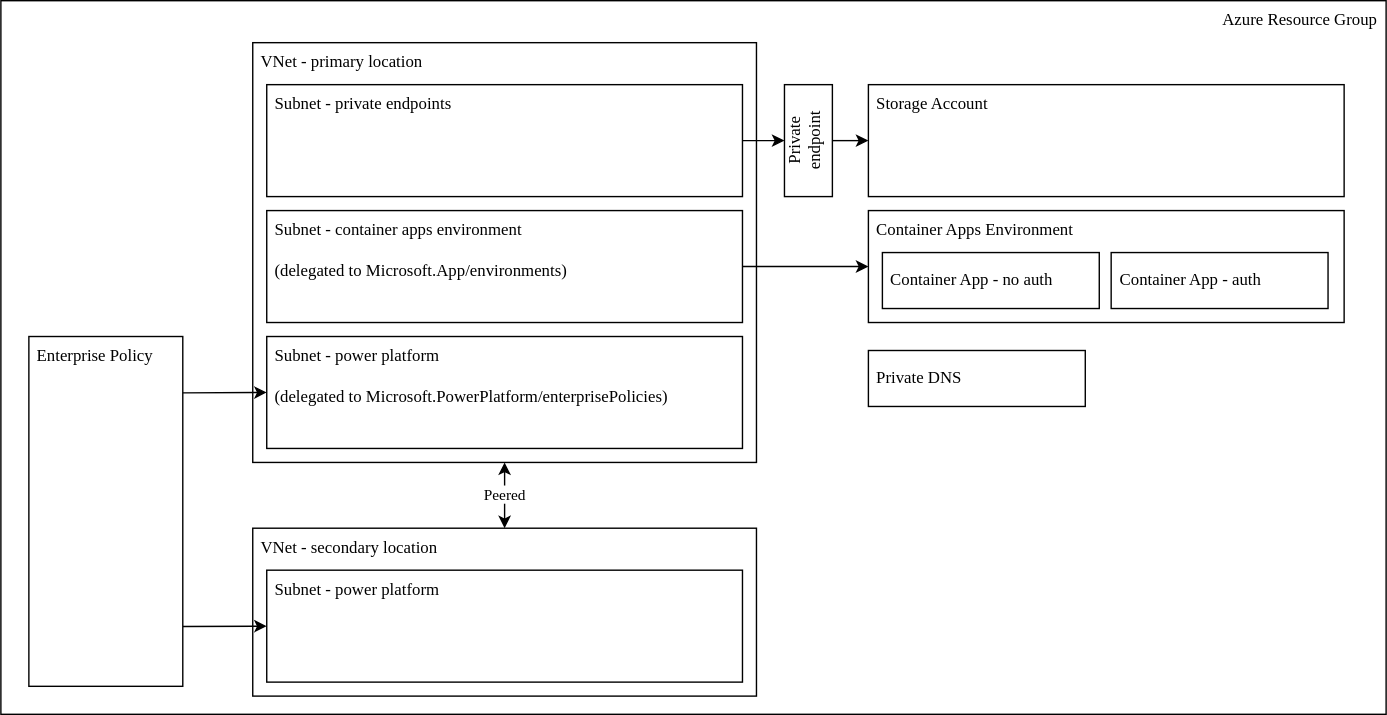
The draw.io diagram docs/images/azure.drawio.svg in davidxw/power-platform-azure-vnet-demo, before a commit. Source tidied: cells renumbered, new cells last; positions are measured from the earlier drawing's top-left corner, leaving out a move shared by most shapes. The source it was exported from:
```xml
<mxGraphModel>
  <root>
    <mxCell id="0" />
    <mxCell id="1" parent="0" />
    <mxCell id="2" value="&lt;div&gt;Azure Resource Group&lt;/div&gt;" style="rounded=1;whiteSpace=wrap;html=1;arcSize=0;align=right;verticalAlign=top;fontFamily=Tahoma;spacingLeft=4;spacingRight=4;" parent="1" vertex="1">
      <mxGeometry width="990" height="510" as="geometry" />
    </mxCell>
    <mxCell id="3" value="VNet - primary location" style="rounded=1;whiteSpace=wrap;html=1;arcSize=0;align=left;verticalAlign=top;fontFamily=Tahoma;spacingLeft=4;" parent="1" vertex="1">
      <mxGeometry x="180" y="30" width="360" height="300" as="geometry" />
    </mxCell>
    <mxCell id="4" value="Peered" style="edgeStyle=none;html=1;startArrow=classic;startFill=1;fontFamily=Tahoma;" parent="1" edge="1" source="5" target="3">
      <mxGeometry relative="1" as="geometry" />
    </mxCell>
    <mxCell id="5" value="VNet - secondary location" style="rounded=1;whiteSpace=wrap;html=1;arcSize=0;align=left;verticalAlign=top;fontFamily=Tahoma;spacingLeft=4;" parent="1" vertex="1">
      <mxGeometry x="180" y="377" width="360" height="120" as="geometry" />
    </mxCell>
    <mxCell id="6" style="edgeStyle=none;html=1;exitX=1;exitY=0.5;exitDx=0;exitDy=0;entryX=0;entryY=0.5;entryDx=0;entryDy=0;" parent="1" edge="1" source="7" target="8">
      <mxGeometry relative="1" as="geometry" />
    </mxCell>
    <mxCell id="7" value="Subnet - container apps environment&lt;div&gt;&lt;font color=&quot;#000000&quot;&gt;&lt;br&gt;&lt;/font&gt;&lt;div&gt;(delegated to&amp;nbsp;Microsoft.App/environments)&lt;/div&gt;&lt;/div&gt;" style="rounded=1;whiteSpace=wrap;html=1;arcSize=0;align=left;verticalAlign=top;fontFamily=Tahoma;spacingLeft=4;" parent="1" vertex="1">
      <mxGeometry x="190" y="150" width="340" height="80" as="geometry" />
    </mxCell>
    <mxCell id="8" value="Container Apps Environment" style="rounded=1;whiteSpace=wrap;html=1;arcSize=0;align=left;verticalAlign=top;fontFamily=Tahoma;spacingLeft=4;" parent="1" vertex="1">
      <mxGeometry x="620" y="150" width="340" height="80" as="geometry" />
    </mxCell>
    <mxCell id="9" value="Private DNS" style="rounded=1;whiteSpace=wrap;html=1;arcSize=0;align=left;verticalAlign=middle;fontFamily=Tahoma;spacingLeft=4;" parent="1" vertex="1">
      <mxGeometry x="620" y="250" width="155" height="40" as="geometry" />
    </mxCell>
    <mxCell id="10" value="Container App - auth" style="rounded=1;whiteSpace=wrap;html=1;arcSize=0;align=left;verticalAlign=middle;fontFamily=Tahoma;spacingLeft=4;" parent="1" vertex="1">
      <mxGeometry x="793.5" y="180" width="155" height="40" as="geometry" />
    </mxCell>
    <mxCell id="11" value="Storage Account" style="rounded=1;whiteSpace=wrap;html=1;arcSize=0;align=left;verticalAlign=top;fontFamily=Tahoma;spacingLeft=4;" parent="1" vertex="1">
      <mxGeometry x="620" y="60" width="340" height="80" as="geometry" />
    </mxCell>
    <mxCell id="12" style="edgeStyle=none;html=1;exitX=1;exitY=0.5;exitDx=0;exitDy=0;entryX=1;entryY=0.5;entryDx=0;entryDy=0;" parent="1" edge="1" source="13" target="21">
      <mxGeometry relative="1" as="geometry" />
    </mxCell>
    <mxCell id="13" value="Subnet - private endpoints" style="rounded=1;whiteSpace=wrap;html=1;arcSize=0;align=left;verticalAlign=top;fontFamily=Tahoma;spacingLeft=4;" parent="1" vertex="1">
      <mxGeometry x="190" y="60" width="340" height="80" as="geometry" />
    </mxCell>
    <mxCell id="14" style="edgeStyle=none;html=1;exitX=0;exitY=0.5;exitDx=0;exitDy=0;entryX=0.997;entryY=0.161;entryDx=0;entryDy=0;entryPerimeter=0;endArrow=none;endFill=0;startArrow=classic;startFill=1;" parent="1" edge="1" source="15" target="18">
      <mxGeometry relative="1" as="geometry" />
    </mxCell>
    <mxCell id="15" value="Subnet - power platform&lt;div&gt;&lt;font color=&quot;#000000&quot;&gt;&lt;br&gt;&lt;/font&gt;&lt;div&gt;(delegated to&amp;nbsp;Microsoft.PowerPlatform/enterprisePolicies)&lt;/div&gt;&lt;/div&gt;" style="rounded=1;whiteSpace=wrap;html=1;arcSize=0;align=left;verticalAlign=top;fontFamily=Tahoma;spacingLeft=4;" parent="1" vertex="1">
      <mxGeometry x="190" y="240" width="340" height="80" as="geometry" />
    </mxCell>
    <mxCell id="16" style="edgeStyle=none;html=1;exitX=0;exitY=0.5;exitDx=0;exitDy=0;entryX=1.001;entryY=0.829;entryDx=0;entryDy=0;entryPerimeter=0;startArrow=classic;startFill=1;endArrow=none;endFill=0;" parent="1" edge="1" source="17" target="18">
      <mxGeometry relative="1" as="geometry" />
    </mxCell>
    <mxCell id="17" value="Subnet - power platform" style="rounded=1;whiteSpace=wrap;html=1;arcSize=0;align=left;verticalAlign=top;fontFamily=Tahoma;spacingLeft=4;" parent="1" vertex="1">
      <mxGeometry x="190" y="407" width="340" height="80" as="geometry" />
    </mxCell>
    <mxCell id="18" value="Enterprise Policy" style="rounded=1;whiteSpace=wrap;html=1;arcSize=0;align=left;verticalAlign=top;fontFamily=Tahoma;spacingLeft=4;" parent="1" vertex="1">
      <mxGeometry x="20" y="240" width="110" height="250" as="geometry" />
    </mxCell>
    <mxCell id="19" value="Container App - no auth" style="rounded=1;whiteSpace=wrap;html=1;arcSize=0;align=left;verticalAlign=middle;fontFamily=Tahoma;spacingLeft=4;" parent="1" vertex="1">
      <mxGeometry x="630" y="180" width="155" height="40" as="geometry" />
    </mxCell>
    <mxCell id="20" style="edgeStyle=none;html=1;exitX=0;exitY=0.5;exitDx=0;exitDy=0;entryX=0;entryY=0.5;entryDx=0;entryDy=0;" parent="1" edge="1" source="21" target="11">
      <mxGeometry relative="1" as="geometry" />
    </mxCell>
    <mxCell id="21" value="Private endpoint" style="rounded=1;whiteSpace=wrap;html=1;arcSize=0;align=center;verticalAlign=middle;fontFamily=Tahoma;spacingLeft=4;rotation=-180;textDirection=vertical-rl;" parent="1" vertex="1">
      <mxGeometry x="560" y="60" width="34.2" height="80" as="geometry" />
    </mxCell>
  </root>
</mxGraphModel>
```
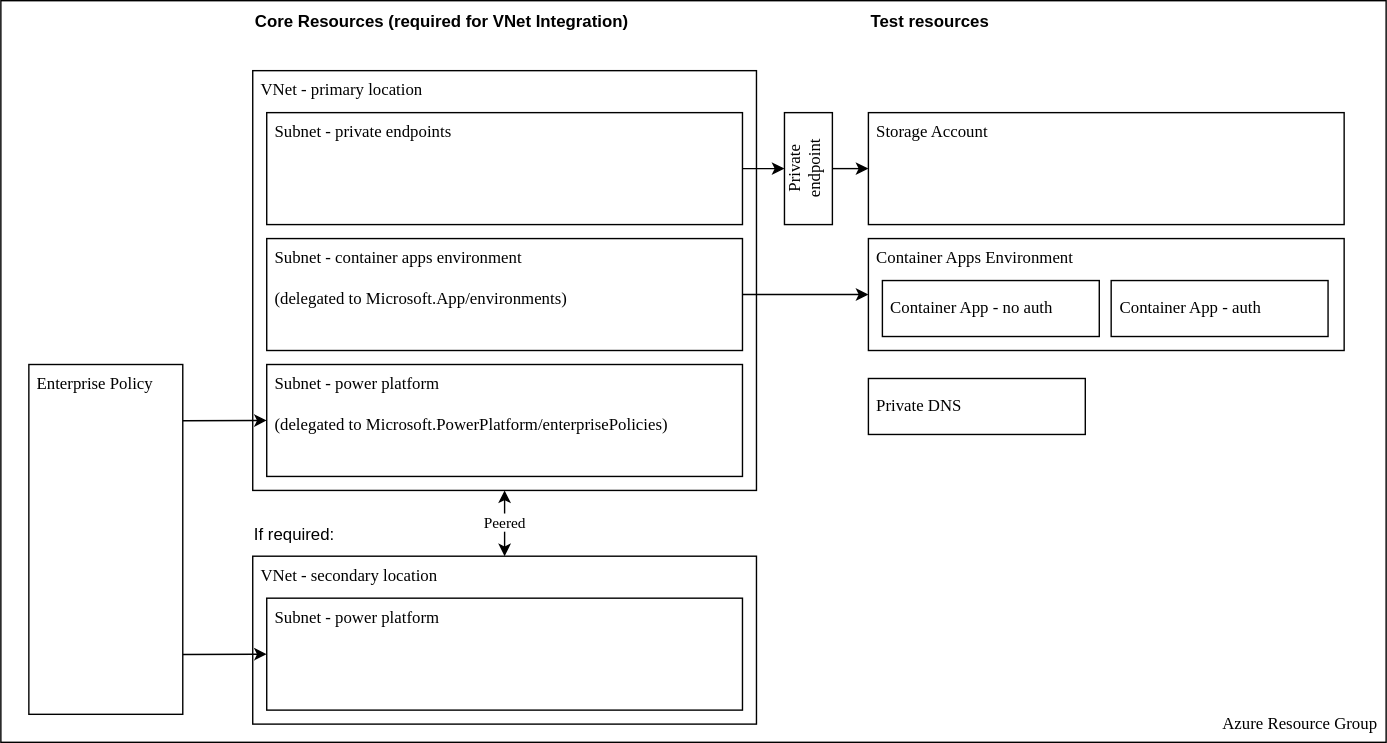
After the change.

Diff of the diagram source:
```diff
@@ -2,8 +2,8 @@
   <root>
     <mxCell id="0" />
     <mxCell id="1" parent="0" />
-    <mxCell id="2" value="&lt;div&gt;Azure Resource Group&lt;/div&gt;" style="rounded=1;whiteSpace=wrap;html=1;arcSize=0;align=right;verticalAlign=top;fontFamily=Tahoma;spacingLeft=4;spacingRight=4;" parent="1" vertex="1">
-      <mxGeometry width="990" height="510" as="geometry" />
+    <mxCell id="2" value="&lt;div&gt;Azure Resource Group&lt;/div&gt;" style="rounded=1;whiteSpace=wrap;html=1;arcSize=0;align=right;verticalAlign=bottom;fontFamily=Tahoma;spacingLeft=4;spacingRight=4;spacingBottom=4;" parent="1" vertex="1">
+      <mxGeometry y="-20" width="990" height="530" as="geometry" />
     </mxCell>
     <mxCell id="3" value="VNet - primary location" style="rounded=1;whiteSpace=wrap;html=1;arcSize=0;align=left;verticalAlign=top;fontFamily=Tahoma;spacingLeft=4;" parent="1" vertex="1">
       <mxGeometry x="180" y="30" width="360" height="300" as="geometry" />
@@ -62,5 +62,14 @@
     <mxCell id="21" value="Private endpoint" style="rounded=1;whiteSpace=wrap;html=1;arcSize=0;align=center;verticalAlign=middle;fontFamily=Tahoma;spacingLeft=4;rotation=-180;textDirection=vertical-rl;" parent="1" vertex="1">
       <mxGeometry x="560" y="60" width="34.2" height="80" as="geometry" />
     </mxCell>
+    <mxCell id="22" value="If required:" style="text;html=1;align=center;verticalAlign=middle;whiteSpace=wrap;rounded=0;" parent="1" vertex="1">
+      <mxGeometry x="180" y="347" width="60" height="30" as="geometry" />
+    </mxCell>
+    <mxCell id="23" value="Test resources" style="text;html=1;align=left;verticalAlign=middle;whiteSpace=wrap;rounded=0;fontStyle=1;" parent="1" vertex="1">
+      <mxGeometry x="620" y="-20" width="110" height="30" as="geometry" />
+    </mxCell>
+    <mxCell id="24" value="Core Resources (required for VNet Integration)" style="text;html=1;align=left;verticalAlign=middle;whiteSpace=wrap;rounded=0;fontStyle=1;" parent="1" vertex="1">
+      <mxGeometry x="180" y="-20" width="270" height="30" as="geometry" />
+    </mxCell>
   </root>
 </mxGraphModel>
```
